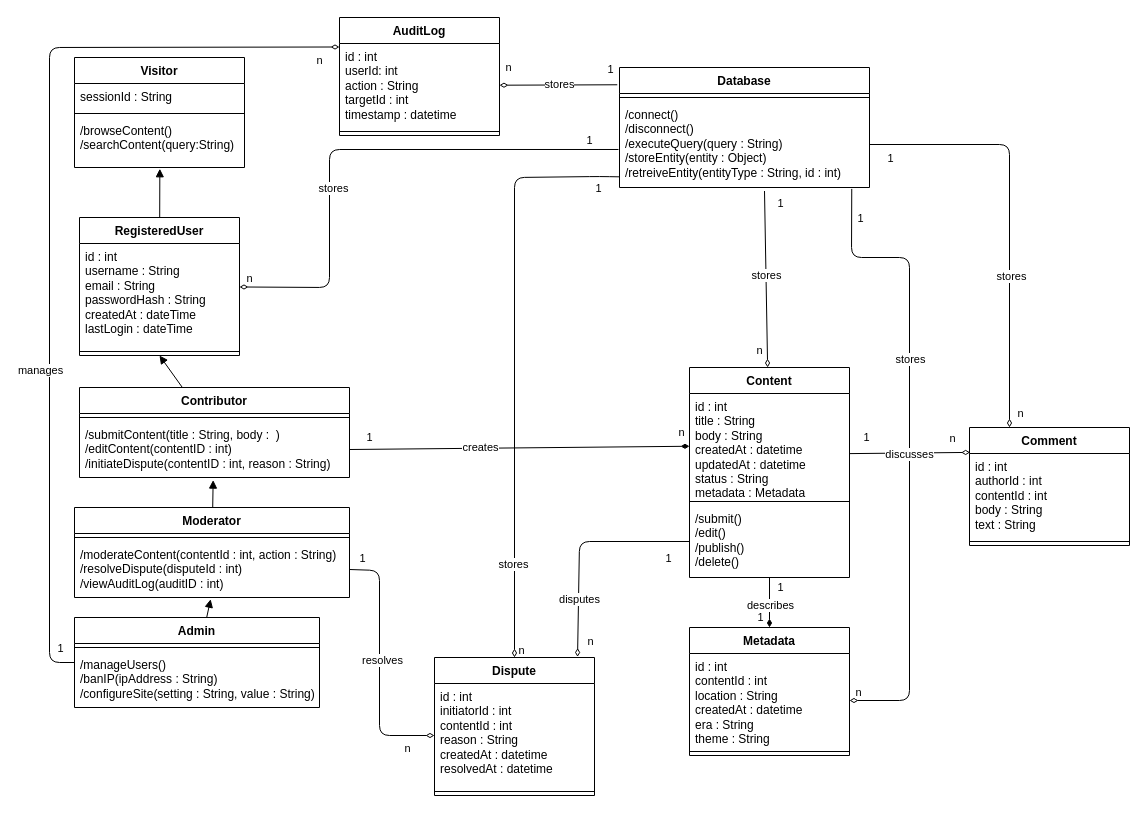
Fre-Ar/SE1 keeps this draw.io diagram as Requirements/use_case_diagrams/umlClasses.drawio. Above is the earlier version. Source tidied: cells renumbered, new cells numbered last; positions are measured from the earlier drawing's top-left corner, leaving out a move shared by most shapes. Both pictures are drawn from the tidied source at 100%, with x=0, y=0 at pixel (49, 17).
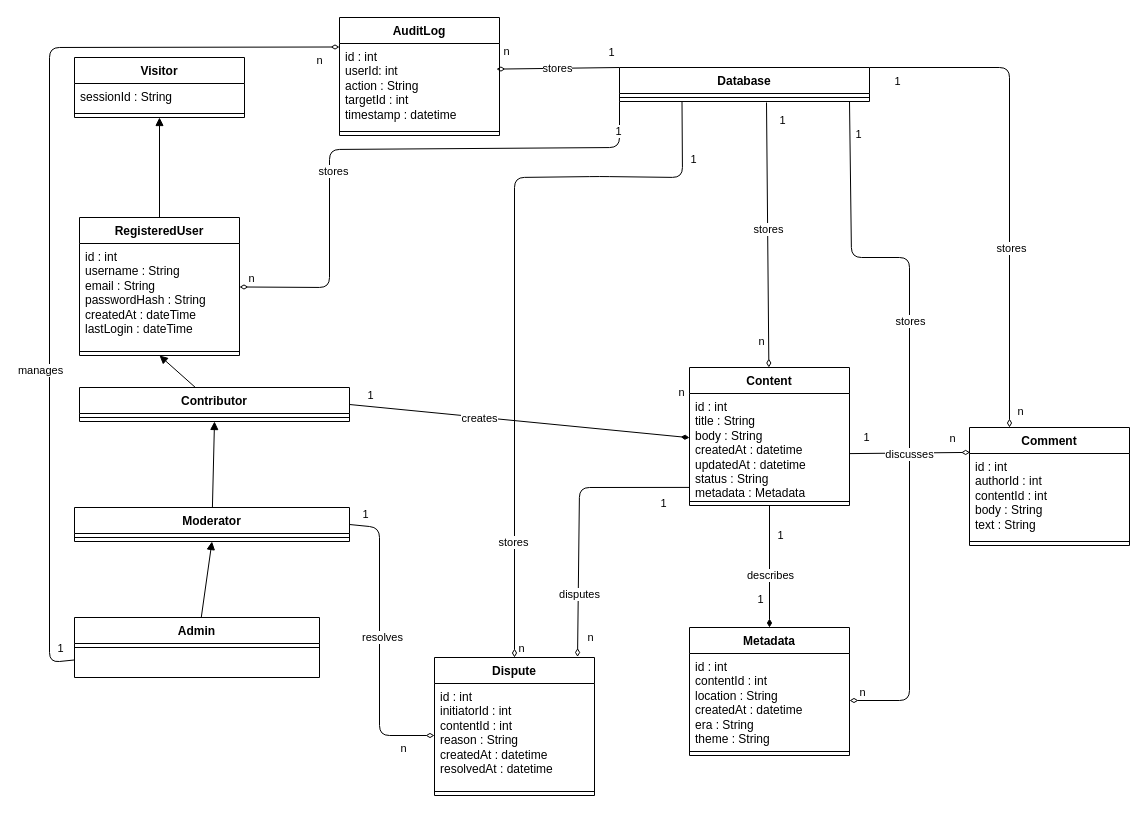
Above is the later version.

Commit message:
Updated umlClass methods

The change refers to these unchanged cells:
```xml
<mxCell id="29" value="RegisteredUser" style="swimlane;fontStyle=1;align=center;verticalAlign=top;horizontal=1;startSize=26;whiteSpace=wrap;html=1;" parent="1" vertex="1">
  <mxGeometry x="30" y="200" width="160" height="138" as="geometry" />
</mxCell>
<mxCell id="33" value="id : int&lt;div&gt;userId: int&lt;/div&gt;&lt;div&gt;action : String&lt;/div&gt;&lt;div&gt;targetId : int&lt;/div&gt;&lt;div&gt;timestamp : datetime&lt;/div&gt;" style="text;strokeColor=none;fillColor=none;align=left;verticalAlign=top;spacingLeft=4;spacingRight=4;overflow=hidden;points=[[0,0.5],[1,0.5]];portConstraint=eastwest;whiteSpace=wrap;html=1;" parent="32" vertex="1">
  <mxGeometry y="26" width="160" height="84" as="geometry" />
</mxCell>
<mxCell id="45" value="id : int&lt;div&gt;title : String&lt;/div&gt;&lt;div&gt;body : String&lt;/div&gt;&lt;div&gt;createdAt : datetime&lt;/div&gt;&lt;div&gt;updatedAt : datetime&lt;/div&gt;&lt;div&gt;status : String&lt;/div&gt;&lt;div&gt;metadata : Metadata&lt;/div&gt;" style="text;strokeColor=none;fillColor=none;align=left;verticalAlign=top;spacingLeft=4;spacingRight=4;overflow=hidden;points=[[0,0.5],[1,0.5]];portConstraint=eastwest;whiteSpace=wrap;html=1;" parent="44" vertex="1">
  <mxGeometry y="26" width="160" height="104" as="geometry" />
</mxCell>
<mxCell id="57" value="id : int&lt;div&gt;contentId : int&lt;/div&gt;&lt;div&gt;location : String&lt;/div&gt;&lt;div&gt;createdAt : datetime&lt;/div&gt;&lt;div&gt;era : String&lt;/div&gt;&lt;div&gt;theme : String&lt;/div&gt;" style="text;strokeColor=none;fillColor=none;align=left;verticalAlign=top;spacingLeft=4;spacingRight=4;overflow=hidden;points=[[0,0.5],[1,0.5]];portConstraint=eastwest;whiteSpace=wrap;html=1;" parent="56" vertex="1">
  <mxGeometry y="26" width="160" height="94" as="geometry" />
</mxCell>
<mxCell id="71" value="Dispute" style="swimlane;fontStyle=1;align=center;verticalAlign=top;horizontal=1;startSize=26;whiteSpace=wrap;html=1;" parent="1" vertex="1">
  <mxGeometry x="385" y="640" width="160" height="138" as="geometry" />
</mxCell>
<mxCell id="72" value="id : int&lt;div&gt;initiatorId : int&lt;/div&gt;&lt;div&gt;contentId : int&lt;/div&gt;&lt;div&gt;reason : String&lt;/div&gt;&lt;div&gt;createdAt : datetime&lt;/div&gt;&lt;div&gt;resolvedAt : datetime&lt;/div&gt;" style="text;strokeColor=none;fillColor=none;align=left;verticalAlign=top;spacingLeft=4;spacingRight=4;overflow=hidden;points=[[0,0.5],[1,0.5]];portConstraint=eastwest;whiteSpace=wrap;html=1;" parent="71" vertex="1">
  <mxGeometry y="26" width="160" height="104" as="geometry" />
</mxCell>
<mxCell id="82" value="Comment" style="swimlane;fontStyle=1;align=center;verticalAlign=top;horizontal=1;startSize=26;whiteSpace=wrap;html=1;" parent="1" vertex="1">
  <mxGeometry x="920" y="410" width="160" height="118" as="geometry" />
</mxCell>
```

The edit, as a diff of the source:
```diff
@@
     <mxCell id="2" value="Visitor" style="swimlane;fontStyle=1;align=center;verticalAlign=top;horizontal=1;startSize=26;whiteSpace=wrap;html=1;" parent="1" vertex="1">
-      <mxGeometry x="25" y="40" width="170" height="110" as="geometry" />
+      <mxGeometry x="25" y="40" width="170" height="60" as="geometry" />
     </mxCell>
@@
-    <mxCell id="5" value="/browseContent()&lt;div&gt;/searchContent(query:String)&lt;/div&gt;" style="text;strokeColor=none;fillColor=none;align=left;verticalAlign=top;spacingLeft=4;spacingRight=4;overflow=hidden;points=[[0,0.5],[1,0.5]];portConstraint=eastwest;whiteSpace=wrap;html=1;" parent="2" vertex="1">
-      <mxGeometry y="60" width="170" height="50" as="geometry" />
-    </mxCell>
@@
     <mxCell id="7" value="Contributor" style="swimlane;fontStyle=1;align=center;verticalAlign=top;horizontal=1;startSize=26;whiteSpace=wrap;html=1;" parent="1" vertex="1">
-      <mxGeometry x="30" y="370" width="270" height="90" as="geometry" />
+      <mxGeometry x="30" y="370" width="270" height="34" as="geometry" />
     </mxCell>
@@
-    <mxCell id="9" value="/submitContent(title : String, body :&amp;nbsp; )&lt;div&gt;/editContent(contentID : int)&lt;/div&gt;&lt;div&gt;/initiateDispute(contentID : int, reason : String)&lt;/div&gt;" style="text;strokeColor=none;fillColor=none;align=left;verticalAlign=top;spacingLeft=4;spacingRight=4;overflow=hidden;points=[[0,0.5],[1,0.5]];portConstraint=eastwest;whiteSpace=wrap;html=1;" parent="7" vertex="1">
-      <mxGeometry y="34" width="270" height="56" as="geometry" />
-    </mxCell>
     <mxCell id="10" value="Moderator&lt;div&gt;&lt;br&gt;&lt;/div&gt;" style="swimlane;fontStyle=1;align=center;verticalAlign=top;horizontal=1;startSize=26;whiteSpace=wrap;html=1;" parent="1" vertex="1">
-      <mxGeometry x="25" y="490" width="275" height="90" as="geometry" />
+      <mxGeometry x="25" y="490" width="275" height="34" as="geometry" />
     </mxCell>
@@
-    <mxCell id="12" value="/moderateContent(contentId : int, action : String)&lt;div&gt;/resolveDispute(disputeId : int)&lt;/div&gt;&lt;div&gt;/viewAuditLog(auditID : int)&lt;/div&gt;" style="text;strokeColor=none;fillColor=none;align=left;verticalAlign=top;spacingLeft=4;spacingRight=4;overflow=hidden;points=[[0,0.5],[1,0.5]];portConstraint=eastwest;whiteSpace=wrap;html=1;" parent="10" vertex="1">
-      <mxGeometry y="34" width="275" height="56" as="geometry" />
-    </mxCell>
@@
     <mxCell id="17" value="&lt;div&gt;Admin&lt;/div&gt;" style="swimlane;fontStyle=1;align=center;verticalAlign=top;horizontal=1;startSize=26;whiteSpace=wrap;html=1;" parent="1" vertex="1">
-      <mxGeometry x="25" y="600" width="245" height="90" as="geometry" />
+      <mxGeometry x="25" y="600" width="245" height="60" as="geometry" />
     </mxCell>
@@
-    <mxCell id="19" value="/manageUsers()&lt;div&gt;/banIP(ipAddress : String)&lt;/div&gt;&lt;div&gt;/configureSite(setting : String, value : String)&lt;/div&gt;&lt;div&gt;&lt;br&gt;&lt;/div&gt;" style="text;strokeColor=none;fillColor=none;align=left;verticalAlign=top;spacingLeft=4;spacingRight=4;overflow=hidden;whiteSpace=wrap;html=1;" parent="17" vertex="1">
-      <mxGeometry y="34" width="245" height="56" as="geometry" />
+    <mxCell id="19" value="&lt;div&gt;&lt;br&gt;&lt;/div&gt;" style="text;strokeColor=none;fillColor=none;align=left;verticalAlign=top;spacingLeft=4;spacingRight=4;overflow=hidden;whiteSpace=wrap;html=1;" parent="17" vertex="1">
+      <mxGeometry y="34" width="245" height="26" as="geometry" />
     </mxCell>
-    <mxCell id="20" style="edgeStyle=none;html=1;entryX=0.495;entryY=1.046;entryDx=0;entryDy=0;entryPerimeter=0;endArrow=block;endFill=1;" parent="1" edge="1" source="10" target="9">
+    <mxCell id="20" style="edgeStyle=none;html=1;entryX=0.5;entryY=1;entryDx=0;entryDy=0;endArrow=block;endFill=1;" parent="1" edge="1" source="10" target="7">
       <mxGeometry relative="1" as="geometry" />
     </mxCell>
-    <mxCell id="21" style="edgeStyle=none;html=1;endArrow=block;endFill=1;entryX=0.495;entryY=1.031;entryDx=0;entryDy=0;entryPerimeter=0;" parent="1" edge="1" source="17" target="12">
+    <mxCell id="21" style="edgeStyle=none;html=1;endArrow=block;endFill=1;entryX=0.5;entryY=1;entryDx=0;entryDy=0;" parent="1" edge="1" source="17" target="10">
       <mxGeometry relative="1" as="geometry" />
     </mxCell>
     <mxCell id="22" value="Database" style="swimlane;fontStyle=1;align=center;verticalAlign=top;horizontal=1;startSize=26;whiteSpace=wrap;html=1;" parent="1" vertex="1">
-      <mxGeometry x="570" y="50" width="250" height="120" as="geometry" />
+      <mxGeometry x="570" y="50" width="250" height="34" as="geometry" />
     </mxCell>
@@
-    <mxCell id="24" value="/connect()&lt;div&gt;/disconnect()&lt;/div&gt;&lt;div&gt;/executeQuery(query : String)&lt;/div&gt;&lt;div&gt;/storeEntity(entity : Object)&lt;/div&gt;&lt;div&gt;/retreiveEntity(entityType : String, id : int)&lt;/div&gt;" style="text;strokeColor=none;fillColor=none;align=left;verticalAlign=top;spacingLeft=4;spacingRight=4;overflow=hidden;points=[[0,0.5],[1,0.5]];portConstraint=eastwest;whiteSpace=wrap;html=1;" parent="22" vertex="1">
-      <mxGeometry y="34" width="250" height="86" as="geometry" />
-    </mxCell>
-    <mxCell id="25" style="edgeStyle=none;html=1;entryX=-0.004;entryY=0.558;entryDx=0;entryDy=0;endArrow=none;endFill=0;startArrow=diamondThin;startFill=0;entryPerimeter=0;" parent="1" edge="1" source="29" target="24">
+    <mxCell id="25" style="edgeStyle=none;html=1;entryX=0;entryY=1;entryDx=0;entryDy=0;endArrow=none;endFill=0;startArrow=diamondThin;startFill=0;" parent="1" edge="1" source="29" target="22">
       <mxGeometry relative="1" as="geometry">
         <Array as="points">
           <mxPoint x="280" y="270" />
           <mxPoint x="280" y="132" />
+          <mxPoint x="570" y="130" />
         </Array>
       </mxGeometry>
     </mxCell>
@@
-    <mxCell id="35" style="html=1;entryX=-0.009;entryY=0.144;entryDx=0;entryDy=0;entryPerimeter=0;endArrow=none;endFill=0;startArrow=diamondThin;startFill=0;" parent="1" edge="1" source="33" target="22">
+    <mxCell id="35" style="html=1;entryX=0;entryY=0;entryDx=0;entryDy=0;endArrow=none;endFill=0;startArrow=diamondThin;startFill=0;exitX=0.981;exitY=0.305;exitDx=0;exitDy=0;exitPerimeter=0;" parent="1" edge="1" source="33" target="22">
       <mxGeometry relative="1" as="geometry" />
     </mxCell>
@@
-    <mxCell id="39" style="edgeStyle=none;html=1;entryX=0.502;entryY=1.025;entryDx=0;entryDy=0;entryPerimeter=0;endArrow=block;endFill=1;" parent="1" edge="1" source="29" target="5">
+    <mxCell id="39" style="edgeStyle=none;html=1;entryX=0.5;entryY=1;entryDx=0;entryDy=0;endArrow=block;endFill=1;" parent="1" edge="1" source="29" target="2">
       <mxGeometry relative="1" as="geometry" />
     </mxCell>
@@
     <mxCell id="44" value="Content" style="swimlane;fontStyle=1;align=center;verticalAlign=top;horizontal=1;startSize=26;whiteSpace=wrap;html=1;" parent="1" vertex="1">
-      <mxGeometry x="640" y="350" width="160" height="210" as="geometry" />
+      <mxGeometry x="640" y="350" width="160" height="138" as="geometry" />
     </mxCell>
@@
-    <mxCell id="47" value="/submit()&lt;div&gt;/edit()&lt;/div&gt;&lt;div&gt;/publish()&lt;/div&gt;&lt;div&gt;/delete()&lt;/div&gt;" style="text;strokeColor=none;fillColor=none;align=left;verticalAlign=top;spacingLeft=4;spacingRight=4;overflow=hidden;points=[[0,0.5],[1,0.5]];portConstraint=eastwest;whiteSpace=wrap;html=1;" parent="44" vertex="1">
-      <mxGeometry y="138" width="160" height="72" as="geometry" />
-    </mxCell>
-    <mxCell id="48" style="edgeStyle=none;html=1;entryX=1;entryY=0.5;entryDx=0;entryDy=0;endArrow=none;endFill=0;startArrow=diamondThin;startFill=1;" parent="1" edge="1" source="45" target="9">
+    <mxCell id="48" style="edgeStyle=none;html=1;entryX=1;entryY=0.5;entryDx=0;entryDy=0;endArrow=none;endFill=0;startArrow=diamondThin;startFill=1;" parent="1" edge="1" source="45" target="7">
       <mxGeometry relative="1" as="geometry" />
     </mxCell>
@@
-    <mxCell id="52" style="edgeStyle=none;html=1;entryX=0.58;entryY=1.041;entryDx=0;entryDy=0;entryPerimeter=0;endArrow=none;endFill=0;startArrow=diamondThin;startFill=0;" parent="1" edge="1" source="44" target="24">
-      <mxGeometry relative="1" as="geometry" />
+    <mxCell id="52" style="edgeStyle=none;html=1;endArrow=none;endFill=0;startArrow=diamondThin;startFill=0;" parent="1" edge="1" source="44">
+      <mxGeometry relative="1" as="geometry">
+        <mxPoint x="717" y="85" as="targetPoint" />
+      </mxGeometry>
     </mxCell>
@@
-    <mxCell id="59" style="edgeStyle=none;html=1;entryX=0.929;entryY=1.016;entryDx=0;entryDy=0;entryPerimeter=0;exitX=1;exitY=0.5;exitDx=0;exitDy=0;endArrow=none;endFill=0;startArrow=diamondThin;startFill=0;" parent="1" edge="1" source="57" target="24">
+    <mxCell id="59" style="edgeStyle=none;html=1;exitX=1;exitY=0.5;exitDx=0;exitDy=0;endArrow=none;endFill=0;startArrow=diamondThin;startFill=0;" parent="1" edge="1" source="57">
       <mxGeometry relative="1" as="geometry">
+        <mxPoint x="800" y="84" as="targetPoint" />
         <Array as="points">
           <mxPoint x="860" y="683" />
           <mxPoint x="860" y="240" />
           <mxPoint x="802" y="240" />
         </Array>
       </mxGeometry>
     </mxCell>
@@
-    <mxCell id="63" style="edgeStyle=none;html=1;endArrow=none;endFill=0;startArrow=diamondThin;startFill=0;entryX=0.002;entryY=0.876;entryDx=0;entryDy=0;entryPerimeter=0;" parent="1" edge="1" source="71" target="24">
+    <mxCell id="63" style="edgeStyle=none;html=1;endArrow=none;endFill=0;startArrow=diamondThin;startFill=0;entryX=0.25;entryY=1;entryDx=0;entryDy=0;" parent="1" edge="1" source="71" target="22">
       <mxGeometry relative="1" as="geometry">
         <Array as="points">
           <mxPoint x="465" y="160" />
           <mxPoint x="550" y="159" />
+          <mxPoint x="633" y="160" />
         </Array>
       </mxGeometry>
     </mxCell>
@@
-    <mxCell id="67" style="edgeStyle=none;html=1;entryX=0;entryY=0.5;entryDx=0;entryDy=0;exitX=0.894;exitY=-0.004;exitDx=0;exitDy=0;exitPerimeter=0;endArrow=none;endFill=0;startArrow=diamondThin;startFill=0;" parent="1" edge="1" source="71" target="47">
+    <mxCell id="67" style="edgeStyle=none;html=1;entryX=-0.001;entryY=0.903;entryDx=0;entryDy=0;exitX=0.894;exitY=-0.004;exitDx=0;exitDy=0;exitPerimeter=0;endArrow=none;endFill=0;startArrow=diamondThin;startFill=0;entryPerimeter=0;" parent="1" edge="1" source="71" target="45">
       <mxGeometry relative="1" as="geometry">
         <Array as="points">
-          <mxPoint x="530" y="524" />
+          <mxPoint x="530" y="470" />
         </Array>
       </mxGeometry>
     </mxCell>
@@
-    <mxCell id="74" style="edgeStyle=none;html=1;entryX=1;entryY=0.5;entryDx=0;entryDy=0;endArrow=none;endFill=0;startArrow=diamondThin;startFill=0;" parent="1" edge="1" source="72" target="12">
+    <mxCell id="74" style="edgeStyle=none;html=1;entryX=1;entryY=0.5;entryDx=0;entryDy=0;endArrow=none;endFill=0;startArrow=diamondThin;startFill=0;" parent="1" edge="1" source="72" target="10">
       <mxGeometry relative="1" as="geometry">
         <Array as="points">
           <mxPoint x="330" y="718" />
-          <mxPoint x="330" y="553" />
+          <mxPoint x="330" y="510" />
         </Array>
       </mxGeometry>
     </mxCell>
@@
-    <mxCell id="78" style="edgeStyle=none;html=1;entryX=1;entryY=0.5;entryDx=0;entryDy=0;exitX=0.25;exitY=0;exitDx=0;exitDy=0;endArrow=none;endFill=0;startArrow=diamondThin;startFill=0;" parent="1" edge="1" source="82" target="24">
+    <mxCell id="78" style="edgeStyle=none;html=1;entryX=1;entryY=0;entryDx=0;entryDy=0;exitX=0.25;exitY=0;exitDx=0;exitDy=0;endArrow=none;endFill=0;startArrow=diamondThin;startFill=0;" parent="1" edge="1" source="82" target="22">
       <mxGeometry relative="1" as="geometry">
         <Array as="points">
-          <mxPoint x="960" y="127" />
+          <mxPoint x="960" y="50" />
         </Array>
       </mxGeometry>
     </mxCell>
```
